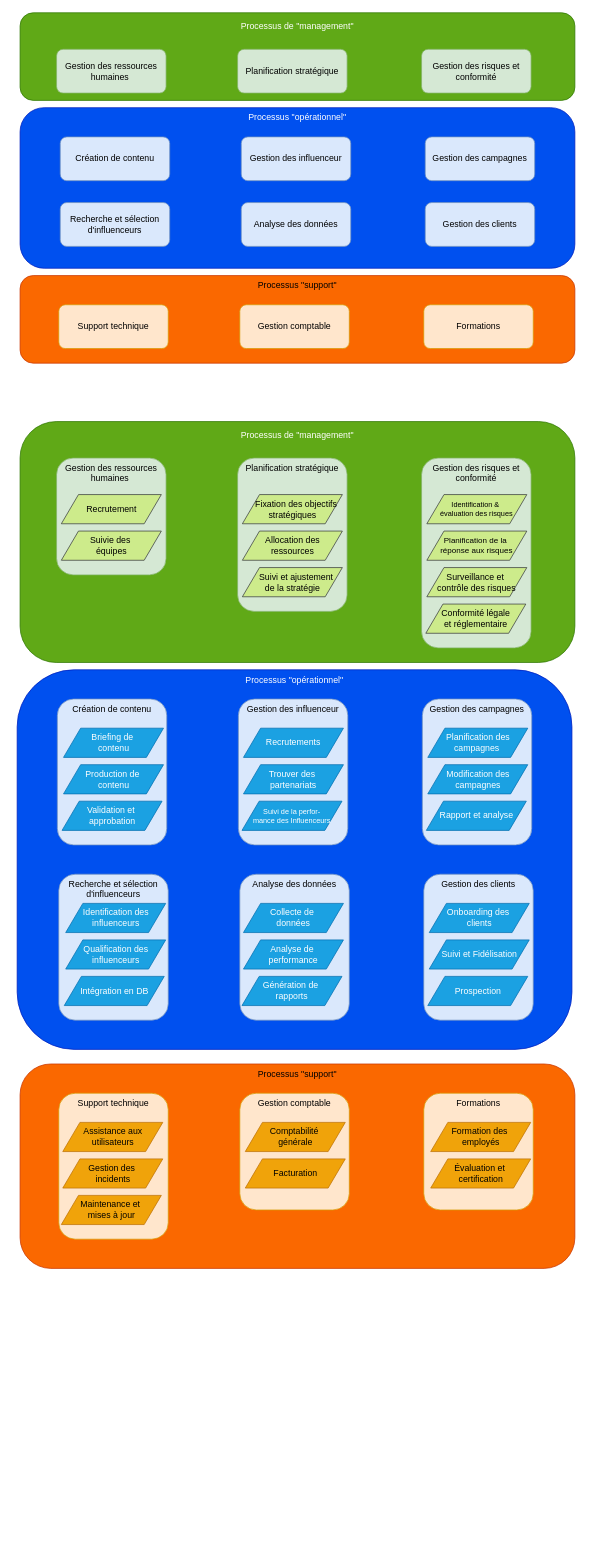
Above: stellar.drawio in yheguy/POEC (draw.io), before the change. Source tidied: cells renumbered, new cells numbered last; positions are measured from the earlier drawing's top-left corner, leaving out a move shared by most shapes. Both pictures are drawn from the tidied source at 73%, with x=0, y=0 at pixel (17, 12).
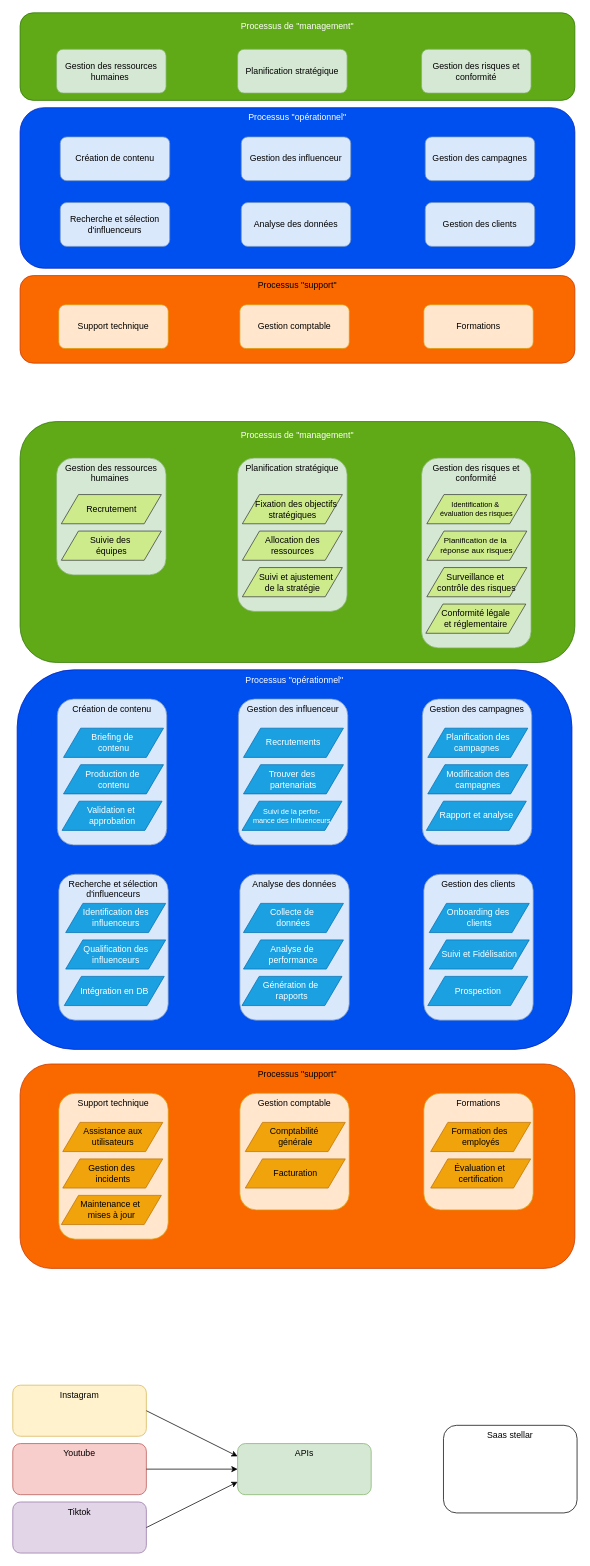
Above is the later version.

Commit message:
Mettre à jour stellar.drawio

The edit, as a diff of the source:
```diff
@@
+    <mxCell id="67" value="Saas stellar" style="rounded=1;whiteSpace=wrap;html=1;verticalAlign=top;" parent="1" vertex="1">
+      <mxGeometry x="584" y="1935" width="183" height="120" as="geometry" />
+    </mxCell>
+    <mxCell id="68" value="Instagram" style="rounded=1;whiteSpace=wrap;html=1;verticalAlign=top;fillColor=#fff2cc;strokeColor=#d6b656;" parent="1" vertex="1">
+      <mxGeometry x="-6" y="1880" width="183" height="70" as="geometry" />
+    </mxCell>
+    <mxCell id="69" value="Youtube" style="rounded=1;whiteSpace=wrap;html=1;verticalAlign=top;fillColor=#f8cecc;strokeColor=#b85450;" parent="1" vertex="1">
+      <mxGeometry x="-6" y="1960" width="183" height="70" as="geometry" />
+    </mxCell>
+    <mxCell id="70" value="Tiktok" style="rounded=1;whiteSpace=wrap;html=1;verticalAlign=top;fillColor=#e1d5e7;strokeColor=#9673a6;" parent="1" vertex="1">
+      <mxGeometry x="-6" y="2040" width="183" height="70" as="geometry" />
+    </mxCell>
+    <mxCell id="71" value="APIs" style="rounded=1;whiteSpace=wrap;html=1;verticalAlign=top;fillColor=#d5e8d4;strokeColor=#82b366;" parent="1" vertex="1">
+      <mxGeometry x="302" y="1960" width="183" height="70" as="geometry" />
+    </mxCell>
+    <mxCell id="72" style="endArrow=classic;html=1;rounded=0;exitX=1;exitY=0.5;exitDx=0;exitDy=0;entryX=0;entryY=0.25;entryDx=0;entryDy=0;" parent="1" edge="1" source="68" target="71">
+      <mxGeometry relative="1" as="geometry" />
+    </mxCell>
+    <mxCell id="73" style="endArrow=classic;html=1;rounded=0;exitX=1;exitY=0.5;exitDx=0;exitDy=0;entryX=0;entryY=0.5;entryDx=0;entryDy=0;" parent="1" edge="1" source="69" target="71">
+      <mxGeometry relative="1" as="geometry" />
+    </mxCell>
+    <mxCell id="74" style="endArrow=classic;html=1;rounded=0;exitX=1;exitY=0.5;exitDx=0;exitDy=0;entryX=0;entryY=0.75;entryDx=0;entryDy=0;" parent="1" edge="1" source="70" target="71">
+      <mxGeometry relative="1" as="geometry" />
+    </mxCell>
```
